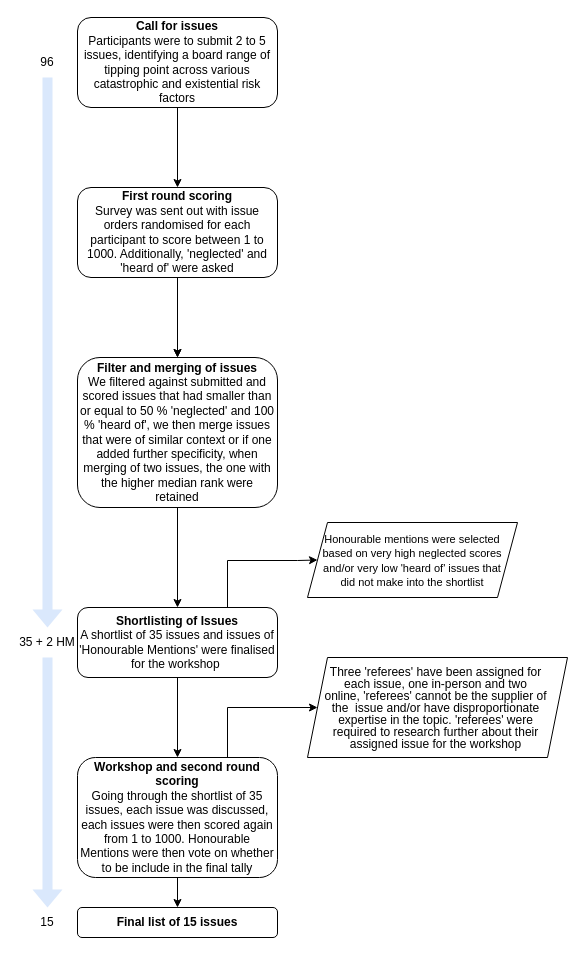
chrischank/GCR-Horizon-Scan keeps this draw.io diagram as docs/figures/HS_process.drawio. Above is the earlier version. Source tidied: cells renumbered, new cells numbered last; positions are measured from the earlier drawing's top-left corner, leaving out a move shared by most shapes. Both pictures are drawn from the tidied source at 100%, with x=0, y=0 at pixel (17, 17).
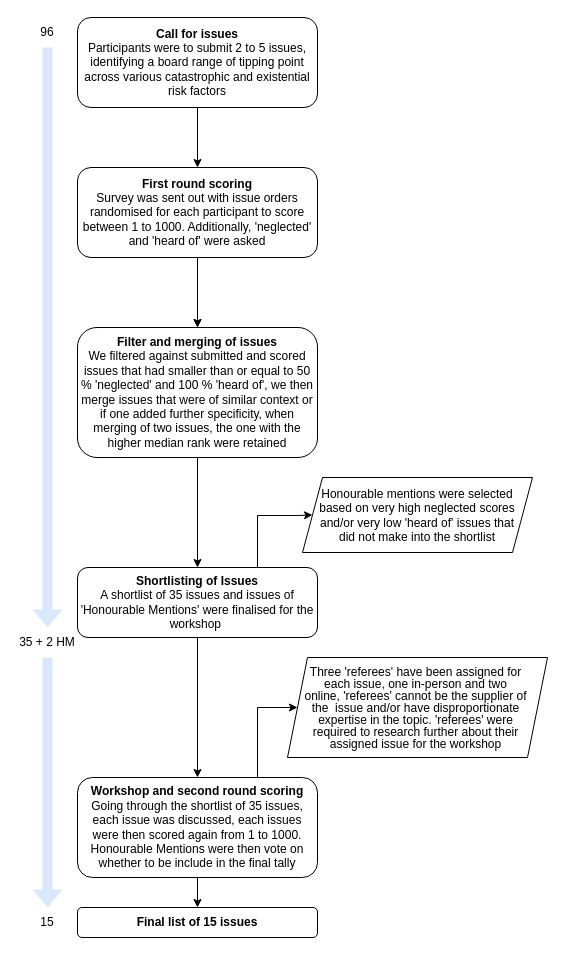
The same diagram, later.

The edit, as a diff of the source:
```diff
@@
     <mxCell id="3" value="&lt;b&gt;Call for issues&lt;/b&gt;&lt;br&gt;Participants were to submit 2 to 5 issues, identifying a board range of tipping point across various catastrophic and existential risk factors" style="rounded=1;whiteSpace=wrap;html=1;fontSize=12;glass=0;strokeWidth=1;shadow=0;" parent="1" vertex="1">
-      <mxGeometry x="60" width="200" height="90" as="geometry" />
+      <mxGeometry x="60" width="240" height="90" as="geometry" />
     </mxCell>
@@
     <mxCell id="6" value="&lt;b&gt;First round scoring&lt;/b&gt;&lt;br&gt;Survey was sent out with issue orders randomised for each participant to score between 1 to 1000. Additionally, 'neglected' and 'heard of' were asked" style="rounded=1;whiteSpace=wrap;html=1;fontSize=12;glass=0;strokeWidth=1;shadow=0;" parent="1" vertex="1">
-      <mxGeometry x="60" y="170" width="200" height="90" as="geometry" />
+      <mxGeometry x="60" y="150" width="240" height="90" as="geometry" />
     </mxCell>
@@
     <mxCell id="8" value="&lt;b&gt;Filter and merging of issues&lt;/b&gt;&lt;br&gt;We filtered against submitted and scored issues that had smaller than or equal to 50 % 'neglected' and 100 % 'heard of', we then merge issues that were of similar context or if one added further specificity, when merging of two issues, the one with the higher median rank were retained" style="rounded=1;whiteSpace=wrap;html=1;fontSize=12;glass=0;strokeWidth=1;shadow=0;" parent="1" vertex="1">
-      <mxGeometry x="60" y="340" width="200" height="150" as="geometry" />
+      <mxGeometry x="60" y="310" width="240" height="130" as="geometry" />
     </mxCell>
@@
     <mxCell id="10" style="edgeStyle=orthogonalEdgeStyle;rounded=0;jettySize=auto;html=1;exitX=0.75;exitY=0;exitDx=0;exitDy=0;entryX=0;entryY=0.5;entryDx=0;entryDy=0;" parent="1" edge="1" source="11" target="22">
       <mxGeometry relative="1" as="geometry">
         <Array as="points">
-          <mxPoint x="210" y="543" />
-          <mxPoint x="280" y="543" />
+          <mxPoint x="240" y="498" />
+          <mxPoint x="280" y="498" />
         </Array>
       </mxGeometry>
     </mxCell>
     <mxCell id="11" value="&lt;b&gt;Shortlisting of Issues&lt;/b&gt;&lt;br&gt;A shortlist of 35 issues and issues of 'Honourable Mentions' were finalised for the workshop&amp;nbsp;" style="rounded=1;whiteSpace=wrap;html=1;fontSize=12;glass=0;strokeWidth=1;shadow=0;" parent="1" vertex="1">
-      <mxGeometry x="60" y="590" width="200" height="70" as="geometry" />
+      <mxGeometry x="60" y="550" width="240" height="70" as="geometry" />
     </mxCell>
@@
     <mxCell id="13" style="edgeStyle=orthogonalEdgeStyle;rounded=0;jettySize=auto;html=1;exitX=0.75;exitY=0;exitDx=0;exitDy=0;entryX=0;entryY=0.5;entryDx=0;entryDy=0;" parent="1" edge="1" source="14" target="21">
-      <mxGeometry relative="1" as="geometry" />
+      <mxGeometry relative="1" as="geometry">
+        <Array as="points">
+          <mxPoint x="240" y="690" />
+        </Array>
+      </mxGeometry>
     </mxCell>
     <mxCell id="14" value="&lt;b&gt;Workshop and second round scoring&lt;/b&gt;&lt;br&gt;Going through the shortlist of 35 issues, each issue was discussed, each issues were then scored again from 1 to 1000. Honourable Mentions were then vote on whether to be include in the final tally" style="rounded=1;whiteSpace=wrap;html=1;fontSize=12;glass=0;strokeWidth=1;shadow=0;" parent="1" vertex="1">
-      <mxGeometry x="60" y="740" width="200" height="120" as="geometry" />
+      <mxGeometry x="60" y="760" width="240" height="100" as="geometry" />
     </mxCell>
     <mxCell id="15" value="&lt;b&gt;Final list of 15 issues&lt;/b&gt;" style="rounded=1;whiteSpace=wrap;html=1;fontSize=12;glass=0;strokeWidth=1;shadow=0;" parent="1" vertex="1">
-      <mxGeometry x="60" y="890" width="200" height="30" as="geometry" />
+      <mxGeometry x="60" y="890" width="240" height="30" as="geometry" />
     </mxCell>
     <mxCell id="16" value="96" style="text;html=1;strokeColor=none;fillColor=none;align=center;verticalAlign=middle;whiteSpace=wrap;rounded=0;" parent="1" vertex="1">
-      <mxGeometry y="30" width="60" height="30" as="geometry" />
+      <mxGeometry width="60" height="30" as="geometry" />
     </mxCell>
@@
-    <mxCell id="21" value="&lt;p style=&quot;line-height: 100%;&quot;&gt;&lt;font style=&quot;font-size: 12px;&quot;&gt;Three 'referees' have been assigned for each&amp;nbsp;issue,&amp;nbsp;&lt;/font&gt;&lt;span style=&quot;background-color: initial;&quot;&gt;one in-person and two online,&amp;nbsp;&lt;/span&gt;&lt;span style=&quot;background-color: initial;&quot;&gt;'referees' cannot be the supplier of the&amp;nbsp;&lt;/span&gt;&lt;span style=&quot;background-color: initial;&quot;&gt;&amp;nbsp;issue and/or have disproportionate expertise in the topic. 'referees' were required to research further about their assigned issue for the workshop&lt;/span&gt;&lt;/p&gt;" style="shape=parallelogram;perimeter=parallelogramPerimeter;whiteSpace=wrap;html=1;fixedSize=1;align=center;horizontal=1;verticalAlign=middle;spacingLeft=7;spacingRight=10;" parent="1" vertex="1">
-      <mxGeometry x="290" y="640" width="260" height="100" as="geometry" />
+    <mxCell id="21" value="&lt;p style=&quot;line-height: 100%;&quot;&gt;&lt;font style=&quot;font-size: 12px;&quot;&gt;&lt;font style=&quot;&quot;&gt;Three 'referees' have been assigned for each&amp;nbsp;issue,&amp;nbsp;&lt;/font&gt;&lt;span style=&quot;background-color: initial;&quot;&gt;one in-person and two online,&amp;nbsp;&lt;/span&gt;&lt;span style=&quot;background-color: initial;&quot;&gt;'referees' cannot be the supplier of the&amp;nbsp;&lt;/span&gt;&lt;span style=&quot;background-color: initial;&quot;&gt;&amp;nbsp;issue and/or have disproportionate expertise in the topic. 'referees' were required to research further about their assigned issue for the workshop&lt;/span&gt;&lt;/font&gt;&lt;/p&gt;" style="shape=parallelogram;perimeter=parallelogramPerimeter;whiteSpace=wrap;html=1;fixedSize=1;align=center;horizontal=1;verticalAlign=middle;spacingLeft=7;spacingRight=10;" parent="1" vertex="1">
+      <mxGeometry x="270" y="640" width="260" height="100" as="geometry" />
     </mxCell>
-    <mxCell id="22" value="&lt;font style=&quot;font-size: 11px;&quot;&gt;Honourable mentions were selected based on very high neglected scores and/or very low 'heard of' issues that &lt;br&gt;did not make into the shortlist&lt;/font&gt;" style="shape=parallelogram;perimeter=parallelogramPerimeter;whiteSpace=wrap;html=1;fixedSize=1;spacingLeft=5;spacingRight=5;" parent="1" vertex="1">
-      <mxGeometry x="290" y="505" width="210" height="75" as="geometry" />
+    <mxCell id="22" value="&lt;font style=&quot;font-size: 12px;&quot;&gt;Honourable mentions were selected based on very high neglected scores and/or very low 'heard of' issues that &lt;br&gt;did not make into the shortlist&lt;/font&gt;" style="shape=parallelogram;perimeter=parallelogramPerimeter;whiteSpace=wrap;html=1;fixedSize=1;spacingLeft=5;spacingRight=5;" parent="1" vertex="1">
+      <mxGeometry x="285" y="460" width="230" height="75" as="geometry" />
     </mxCell>
```
